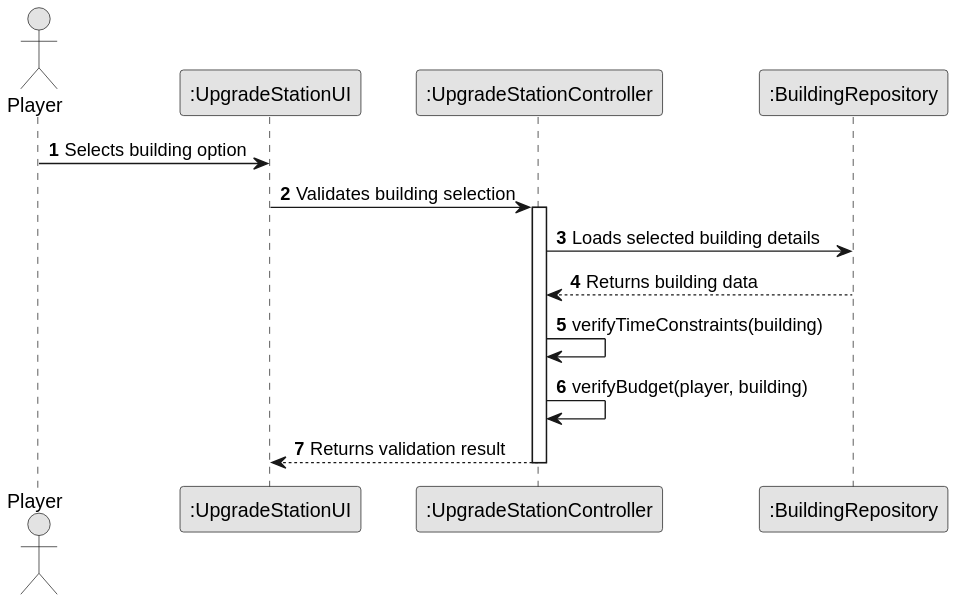
Earlier version of the PlantUML export docs/system-documentation/US006/03.design/svg/US006-SD-validateUpgrade.svg (goncalolopesp/sem2-pi-24.25-g093-repo).
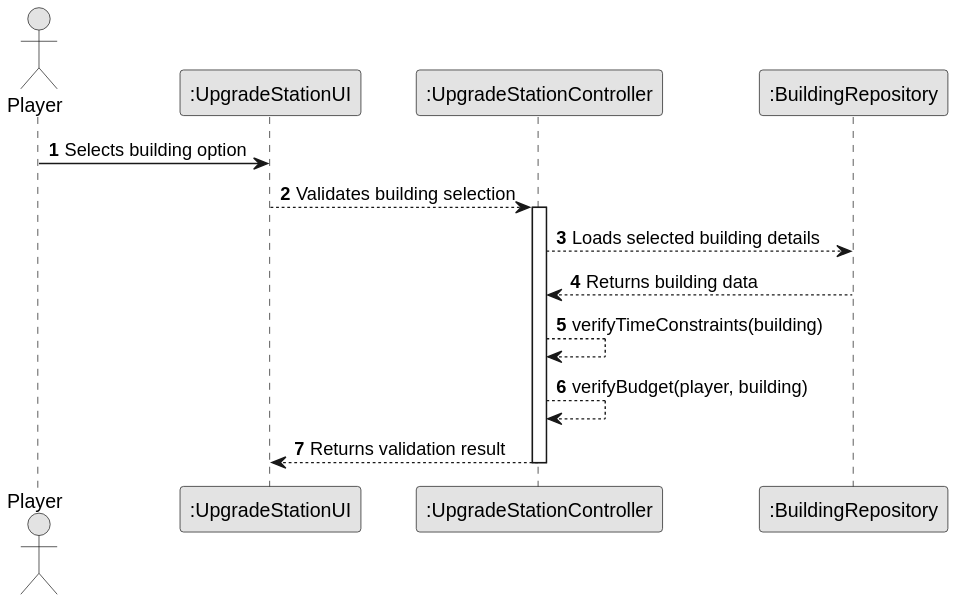
Later version of the same file.

Commit message:
US06 - Added the "Apply Upgrade and Display Success Message Partial SD" to the Design

What changed in the source:
```diff
@@ -10,12 +10,12 @@
 participant ":BuildingRepository" as BuildingRepo
 
 Player -> UpgradeUI : Selects building option
-UpgradeUI -> Controller : Validates building selection
+UpgradeUI --> Controller : Validates building selection
 activate Controller
-Controller -> BuildingRepo : Loads selected building details
+Controller --> BuildingRepo : Loads selected building details
 BuildingRepo --> Controller : Returns building data
-Controller -> Controller : verifyTimeConstraints(building)
-Controller -> Controller : verifyBudget(player, building)
+Controller --> Controller : verifyTimeConstraints(building)
+Controller --> Controller : verifyBudget(player, building)
 Controller --> UpgradeUI : Returns validation result
 deactivate Controller
 @enduml
```
